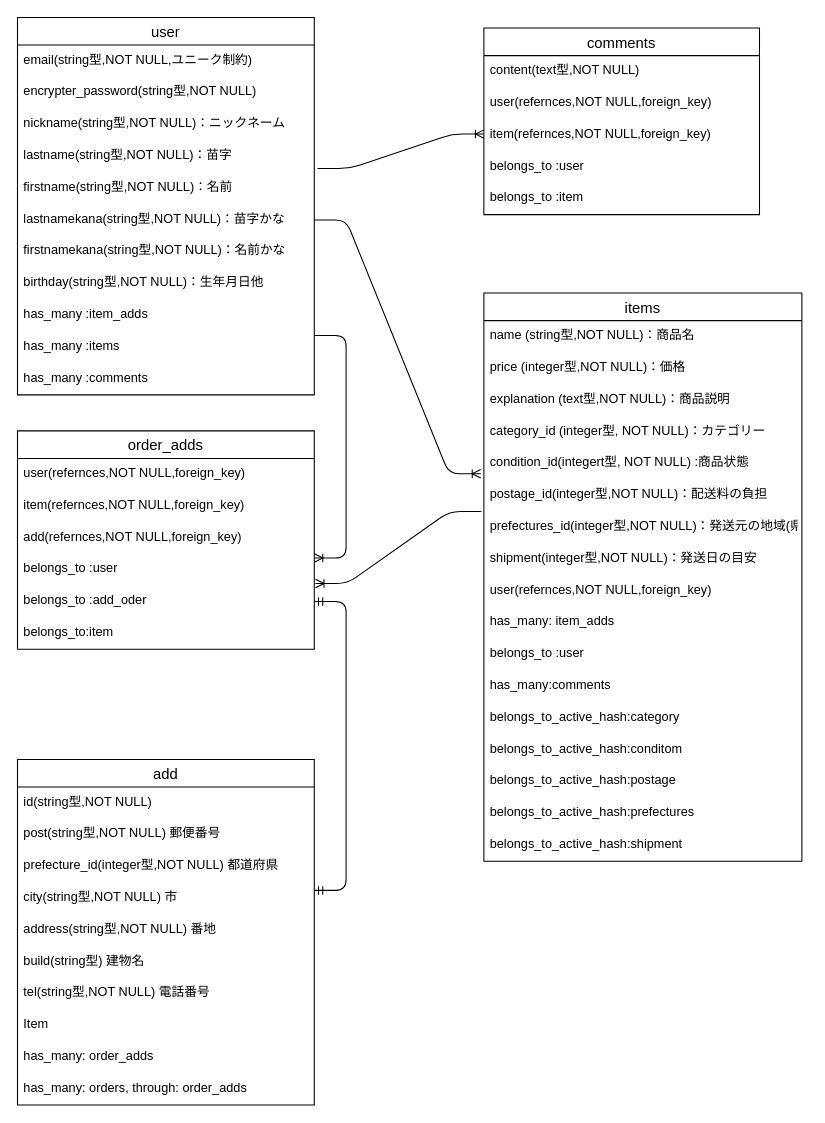
The draw.io diagram ER.dio in bitich/furima-39113, before the edit. Source tidied: cells renumbered, new cells numbered last; positions are measured from the earlier drawing's top-left corner, leaving out a move shared by most shapes. Both pictures are drawn from the tidied source at 106%, with x=0, y=0 at pixel (17, 17).
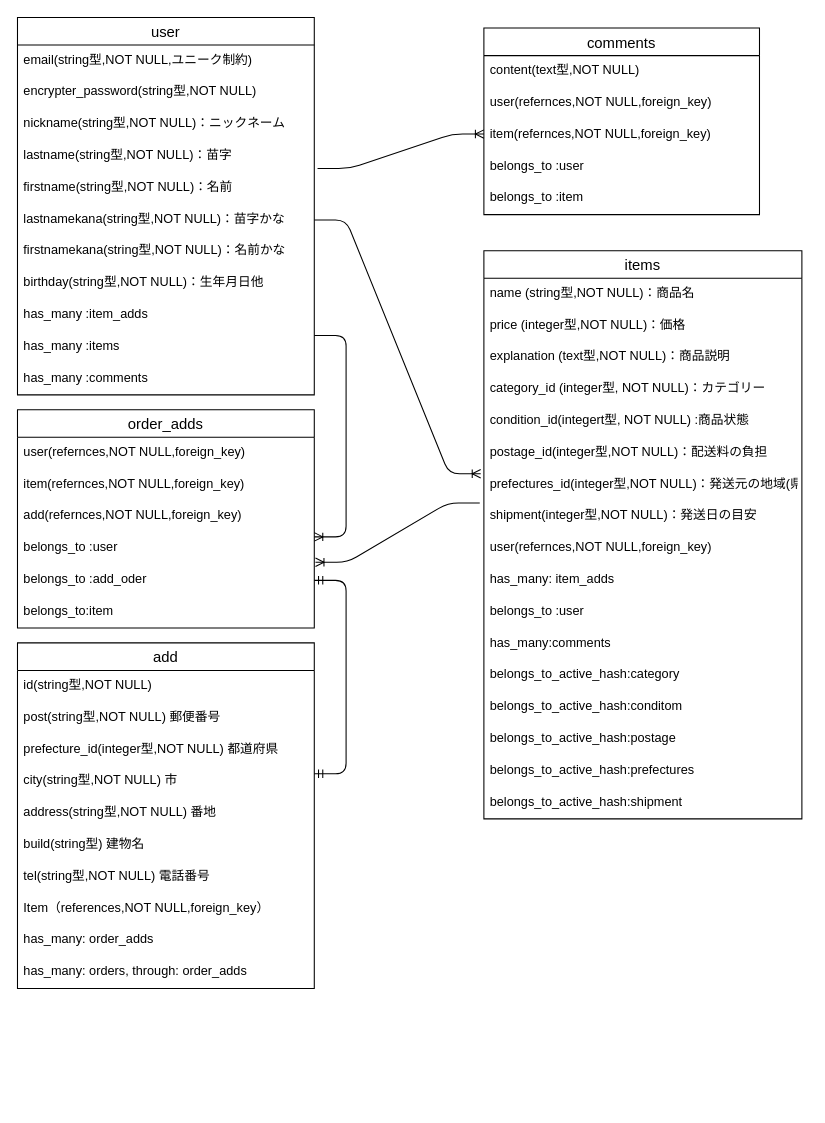
The same page after the edit.

Commit message:
ER図、README再修正

The change refers to these unchanged cells:
```xml
<mxCell id="21" value="prefectures_id(integer型,NOT NULL)：発送元の地域(県)" style="text;strokeColor=none;fillColor=none;spacingLeft=4;spacingRight=4;overflow=hidden;points=[[0,0.5],[1,0.5]];portConstraint=eastwest;fontSize=12;rounded=1;" parent="14" vertex="1">
  <mxGeometry y="206" width="300" height="30" as="geometry" />
</mxCell>
<mxCell id="22" value="shipment(integer型,NOT NULL)：発送日の目安" style="text;strokeColor=none;fillColor=none;spacingLeft=4;spacingRight=4;overflow=hidden;points=[[0,0.5],[1,0.5]];portConstraint=eastwest;fontSize=12;rounded=1;" parent="14" vertex="1">
  <mxGeometry y="236" width="300" height="30" as="geometry" />
</mxCell>
<mxCell id="48" value="belongs_to :add_oder" style="text;strokeColor=none;fillColor=none;spacingLeft=4;spacingRight=4;overflow=hidden;points=[[0,0.5],[1,0.5]];portConstraint=eastwest;fontSize=12;" parent="43" vertex="1">
  <mxGeometry y="146" width="280" height="30" as="geometry" />
</mxCell>
```

Diff of the diagram source:
```diff
@@
     <mxCell id="14" value="items" style="swimlane;fontStyle=0;horizontal=1;startSize=26;align=center;fontSize=14;" parent="1" vertex="1">
-      <mxGeometry x="440" y="260" width="300" height="536" as="geometry" />
+      <mxGeometry x="440" y="220" width="300" height="536" as="geometry" />
     </mxCell>
@@
     <mxCell id="32" value="add" style="swimlane;fontStyle=0;horizontal=1;startSize=26;align=center;fontSize=14;" parent="1" vertex="1">
-      <mxGeometry y="700" width="280" height="326" as="geometry" />
+      <mxGeometry y="590" width="280" height="326" as="geometry" />
     </mxCell>
@@
-    <mxCell id="40" value="Item" style="text;strokeColor=none;fillColor=none;spacingLeft=4;spacingRight=4;overflow=hidden;fontSize=12;" parent="32" vertex="1">
+    <mxCell id="40" value="Item（references,NOT NULL,foreign_key）" style="text;strokeColor=none;fillColor=none;spacingLeft=4;spacingRight=4;overflow=hidden;fontSize=12;" parent="32" vertex="1">
       <mxGeometry y="236" width="280" height="30" as="geometry" />
     </mxCell>
@@
     <mxCell id="43" value="order_adds" style="swimlane;fontStyle=0;horizontal=1;startSize=26;align=center;fontSize=14;" parent="1" vertex="1">
-      <mxGeometry y="390" width="280" height="206" as="geometry" />
+      <mxGeometry y="370" width="280" height="206" as="geometry" />
     </mxCell>
@@
-    <mxCell id="59" style="edgeStyle=entityRelationEdgeStyle;fontSize=12;html=1;endArrow=ERoneToMany;entryX=1.004;entryY=-0.067;entryDx=0;entryDy=0;entryPerimeter=0;exitX=-0.008;exitY=0;exitDx=0;exitDy=0;exitPerimeter=0;" parent="1" edge="1" source="21" target="48">
+    <mxCell id="59" style="edgeStyle=entityRelationEdgeStyle;fontSize=12;html=1;endArrow=ERoneToMany;entryX=1.004;entryY=-0.067;entryDx=0;entryDy=0;entryPerimeter=0;exitX=-0.013;exitY=0.067;exitDx=0;exitDy=0;exitPerimeter=0;" parent="1" edge="1" source="22" target="48">
       <mxGeometry relative="1" as="geometry" />
     </mxCell>
```
